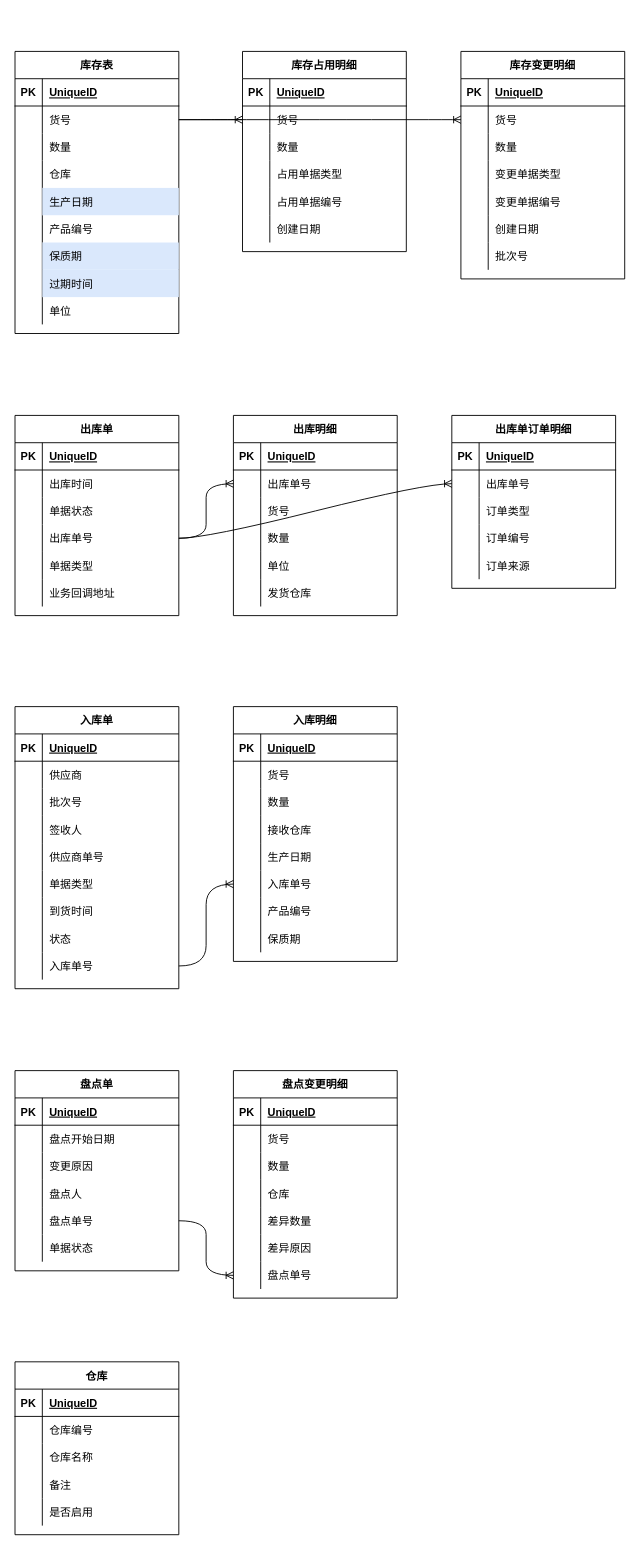
The draw.io diagram 圣千WMS第一版数据库设计.drawio in canonnk/draw.io.repository, before the edit. Source tidied: cells renumbered, new cells numbered last; positions are measured from the earlier drawing's top-left corner, leaving out a move shared by most shapes. Both pictures are drawn from the tidied source at 91%, with x=0, y=0 at pixel (15, 51).
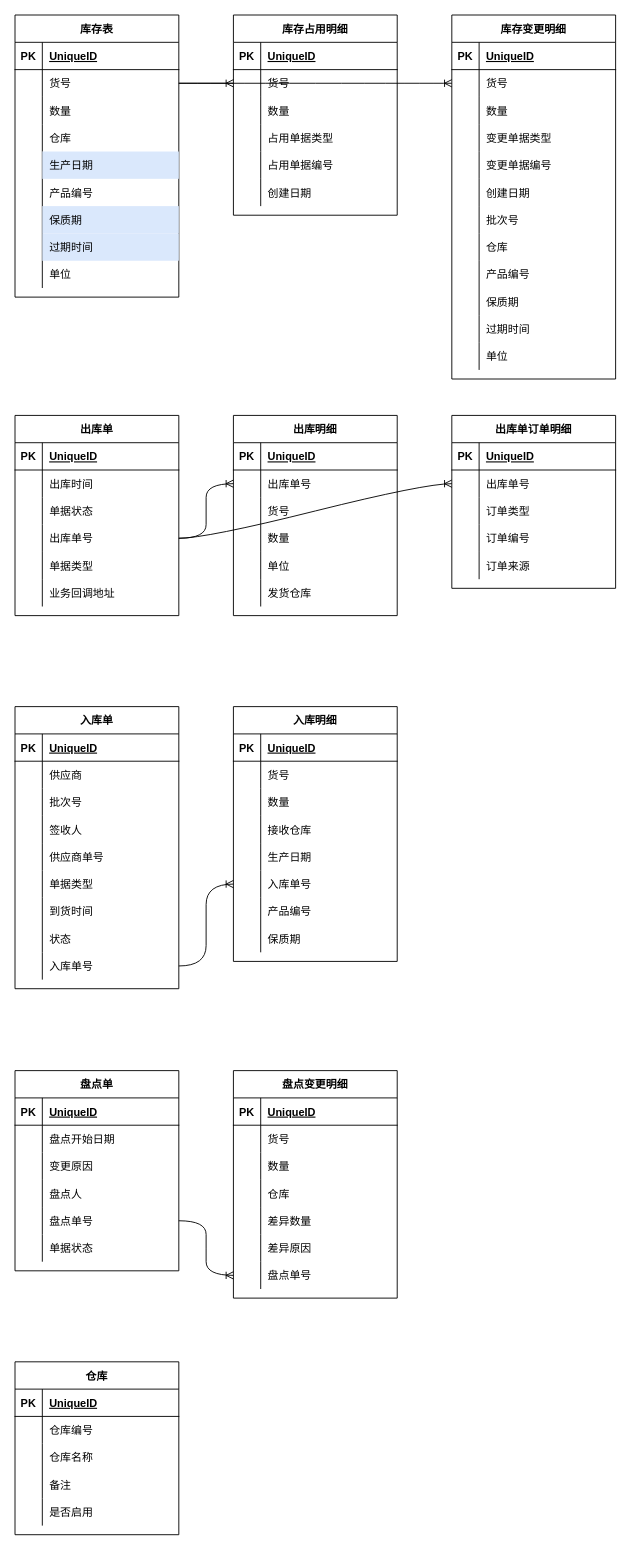
The same page after the edit.

Commit message:
更新圣千WMS第一版数据库设计.drawio

The edit, as a diff of the source:
```diff
@@
     <mxCell id="2" value="库存表" style="shape=table;startSize=30;childLayout=tableLayout;rowLines=0;fontStyle=1;align=center;rounded=0;" parent="1" vertex="1">
-      <mxGeometry width="180" height="310" as="geometry" />
+      <mxGeometry y="-40" width="180" height="310" as="geometry" />
     </mxCell>
@@
     <mxCell id="30" value="库存占用明细" style="shape=table;startSize=30;childLayout=tableLayout;rowLines=0;fontStyle=1;align=center;" parent="1" vertex="1">
-      <mxGeometry x="250" width="180" height="220" as="geometry" />
+      <mxGeometry x="240" y="-40" width="180" height="220" as="geometry" />
     </mxCell>
@@
     <mxCell id="49" value="库存变更明细" style="shape=table;startSize=30;childLayout=tableLayout;rowLines=0;fontStyle=1;align=center;" parent="1" vertex="1">
-      <mxGeometry x="490" width="180" height="250" as="geometry" />
+      <mxGeometry x="480" y="-40" width="180" height="400" as="geometry" />
     </mxCell>
@@
+    <mxCell id="241" style="shape=partialRectangle;fillColor=none;top=0;left=0;bottom=0;right=0;" parent="49" vertex="1">
+      <mxGeometry y="240" width="180" height="30" as="geometry" />
+    </mxCell>
+    <mxCell id="242" style="shape=partialRectangle;fillColor=none;top=0;left=0;bottom=0;right=0;overflow=hidden;" parent="241" vertex="1">
+      <mxGeometry width="30" height="30" as="geometry" />
+    </mxCell>
+    <mxCell id="243" value="仓库" style="shape=partialRectangle;fillColor=none;top=0;left=0;bottom=0;right=0;align=left;spacingLeft=6;overflow=hidden;" parent="241" vertex="1">
+      <mxGeometry x="30" width="150" height="30" as="geometry" />
+    </mxCell>
+    <mxCell id="244" style="shape=partialRectangle;fillColor=none;top=0;left=0;bottom=0;right=0;" parent="49" vertex="1">
+      <mxGeometry y="270" width="180" height="30" as="geometry" />
+    </mxCell>
+    <mxCell id="245" style="shape=partialRectangle;fillColor=none;top=0;left=0;bottom=0;right=0;overflow=hidden;" parent="244" vertex="1">
+      <mxGeometry width="30" height="30" as="geometry" />
+    </mxCell>
+    <mxCell id="246" value="产品编号" style="shape=partialRectangle;fillColor=none;top=0;left=0;bottom=0;right=0;align=left;spacingLeft=6;overflow=hidden;" parent="244" vertex="1">
+      <mxGeometry x="30" width="150" height="30" as="geometry" />
+    </mxCell>
+    <mxCell id="247" style="shape=partialRectangle;fillColor=none;top=0;left=0;bottom=0;right=0;" parent="49" vertex="1">
+      <mxGeometry y="300" width="180" height="30" as="geometry" />
+    </mxCell>
+    <mxCell id="248" style="shape=partialRectangle;fillColor=none;top=0;left=0;bottom=0;right=0;overflow=hidden;" parent="247" vertex="1">
+      <mxGeometry width="30" height="30" as="geometry" />
+    </mxCell>
+    <mxCell id="249" value="保质期" style="shape=partialRectangle;fillColor=none;top=0;left=0;bottom=0;right=0;align=left;spacingLeft=6;overflow=hidden;" parent="247" vertex="1">
+      <mxGeometry x="30" width="150" height="30" as="geometry" />
+    </mxCell>
+    <mxCell id="250" style="shape=partialRectangle;fillColor=none;top=0;left=0;bottom=0;right=0;" parent="49" vertex="1">
+      <mxGeometry y="330" width="180" height="30" as="geometry" />
+    </mxCell>
+    <mxCell id="251" style="shape=partialRectangle;fillColor=none;top=0;left=0;bottom=0;right=0;overflow=hidden;" parent="250" vertex="1">
+      <mxGeometry width="30" height="30" as="geometry" />
+    </mxCell>
+    <mxCell id="252" value="过期时间" style="shape=partialRectangle;fillColor=none;top=0;left=0;bottom=0;right=0;align=left;spacingLeft=6;overflow=hidden;" parent="250" vertex="1">
+      <mxGeometry x="30" width="150" height="30" as="geometry" />
+    </mxCell>
+    <mxCell id="253" style="shape=partialRectangle;fillColor=none;top=0;left=0;bottom=0;right=0;" parent="49" vertex="1">
+      <mxGeometry y="360" width="180" height="30" as="geometry" />
+    </mxCell>
+    <mxCell id="254" style="shape=partialRectangle;fillColor=none;top=0;left=0;bottom=0;right=0;overflow=hidden;" parent="253" vertex="1">
+      <mxGeometry width="30" height="30" as="geometry" />
+    </mxCell>
+    <mxCell id="255" value="单位" style="shape=partialRectangle;fillColor=none;top=0;left=0;bottom=0;right=0;align=left;spacingLeft=6;overflow=hidden;" parent="253" vertex="1">
+      <mxGeometry x="30" width="150" height="30" as="geometry" />
+    </mxCell>
```
